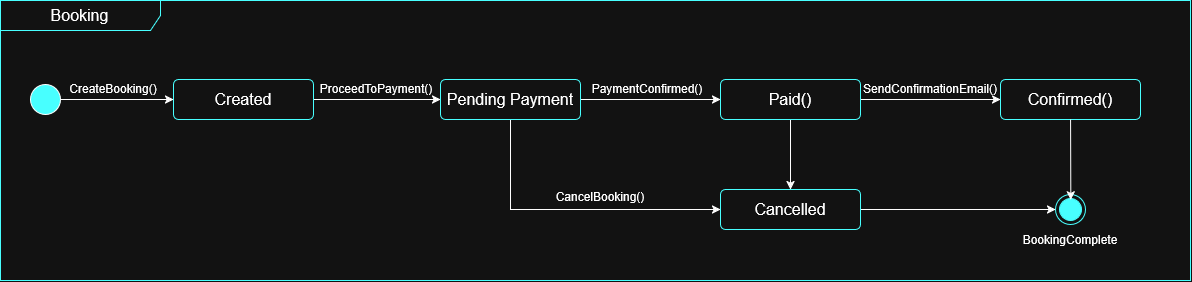
Above: Task-4/State_Machine-Diagram.png in stanislavtrue/UML-diagrams (draw.io), before the change. Source tidied: cells renumbered, new cells last; positions are measured from the earlier drawing's top-left corner, leaving out a move shared by most shapes.
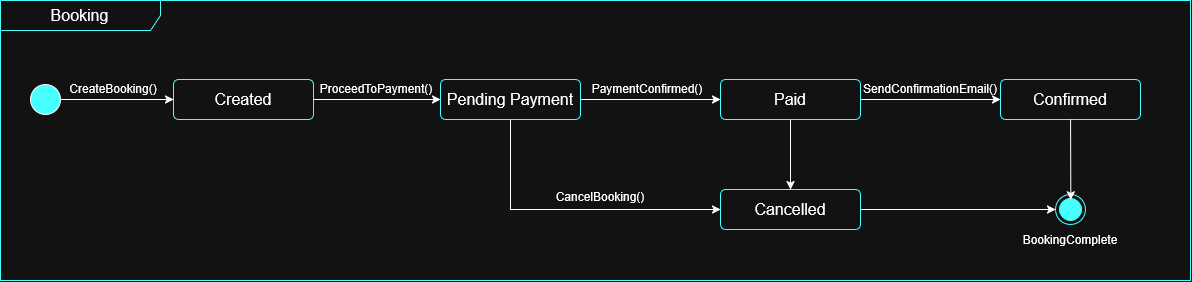
Above is the later version.

Change to the diagram source:
```diff
@@ -42,7 +42,7 @@
     <mxCell id="13" style="edgeStyle=orthogonalEdgeStyle;rounded=0;jettySize=auto;html=1;entryX=0.5;entryY=0;entryDx=0;entryDy=0;" parent="2" edge="1" source="14" target="16">
       <mxGeometry relative="1" as="geometry" />
     </mxCell>
-    <mxCell id="14" value="Paid()" style="html=1;align=center;verticalAlign=middle;rounded=1;absoluteArcSize=1;arcSize=10;dashed=0;whiteSpace=wrap;strokeColor=light-dark(#000000,#48FFFF);fontSize=16;" parent="2" vertex="1">
+    <mxCell id="14" value="Paid" style="html=1;align=center;verticalAlign=middle;rounded=1;absoluteArcSize=1;arcSize=10;dashed=0;whiteSpace=wrap;strokeColor=light-dark(#000000,#48FFFF);fontSize=16;" parent="2" vertex="1">
       <mxGeometry x="720" y="79" width="140" height="40" as="geometry" />
     </mxCell>
     <mxCell id="15" style="rounded=0;jettySize=auto;html=1;" parent="2" edge="1" source="16" target="20">
@@ -51,7 +51,7 @@
     <mxCell id="16" value="Cancelled" style="html=1;align=center;verticalAlign=middle;rounded=1;absoluteArcSize=1;arcSize=10;dashed=0;whiteSpace=wrap;strokeColor=light-dark(#000000,#48FFFF);fontSize=16;" parent="2" vertex="1">
       <mxGeometry x="720" y="189" width="140" height="40" as="geometry" />
     </mxCell>
-    <mxCell id="17" value="Confirmed()" style="html=1;align=center;verticalAlign=middle;rounded=1;absoluteArcSize=1;arcSize=10;dashed=0;whiteSpace=wrap;strokeColor=light-dark(#000000,#48FFFF);fontSize=16;" parent="2" vertex="1">
+    <mxCell id="17" value="Confirmed" style="html=1;align=center;verticalAlign=middle;rounded=1;absoluteArcSize=1;arcSize=10;dashed=0;whiteSpace=wrap;strokeColor=light-dark(#000000,#48FFFF);fontSize=16;" parent="2" vertex="1">
       <mxGeometry x="1000" y="79" width="140" height="40" as="geometry" />
     </mxCell>
     <mxCell id="18" value="SendConfirmationEmail()" style="text;html=1;whiteSpace=wrap;strokeColor=none;fillColor=none;align=center;verticalAlign=middle;rounded=0;" parent="2" vertex="1">
```
